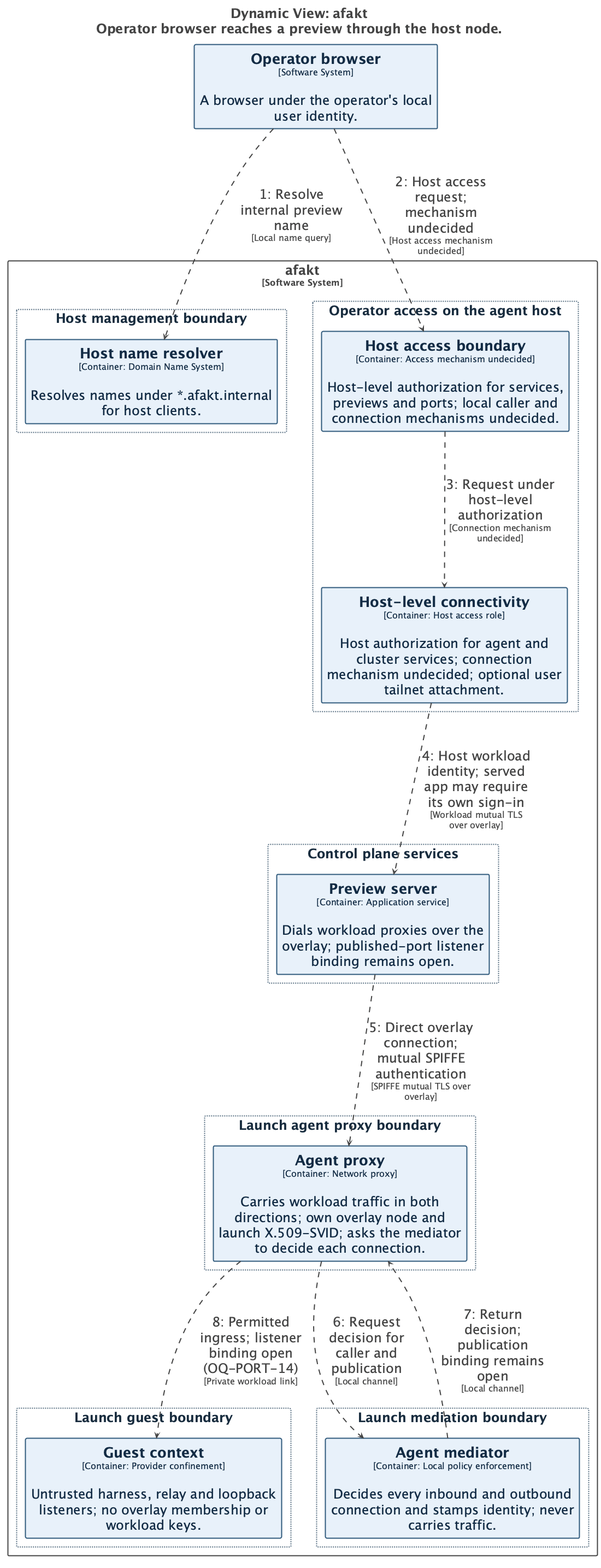
Above: docs/diagrams/structurizr-network-flow-preview.png in tbhb-dev/afakt (PlantUML), before the change. Its source is kept beside it as docs/diagrams/structurizr-network-flow-preview.puml.
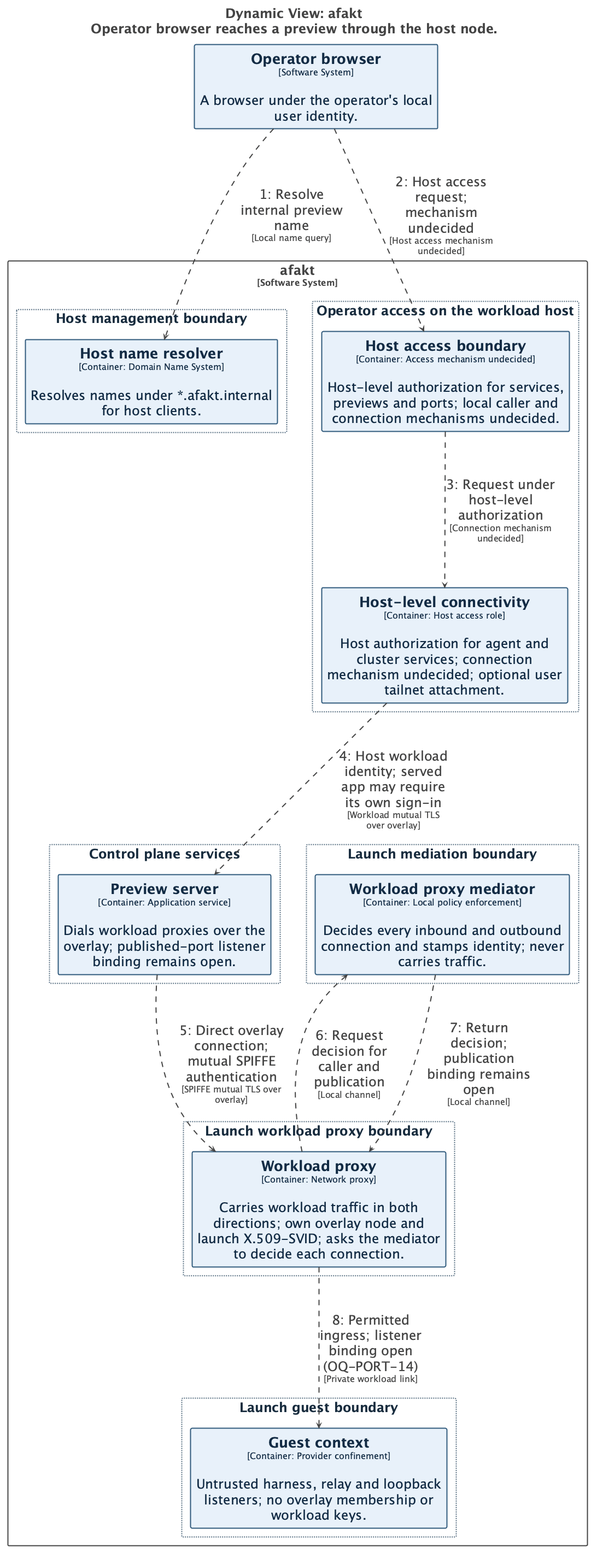
Above is the later version.

What changed in the source:
```diff
@@ -71,17 +71,6 @@
     HorizontalAlignment: center;
     Shadowing: 0;
   }
-  // Launch agent proxy boundary
-  .Group-TGF1bmNoIGFnZW50IHByb3h5IGJvdW5kYXJ5 {
-    BackgroundColor: #ffffff;
-    LineColor: #536b7e;
-    LineStyle: 2-2;
-    LineThickness: 2;
-    FontColor: #182c3e;
-    FontSize: 24;
-    HorizontalAlignment: center;
-    Shadowing: 0;
-  }
   // Launch guest boundary
   .Group-TGF1bmNoIGd1ZXN0IGJvdW5kYXJ5 {
     BackgroundColor: #ffffff;
@@ -104,8 +93,19 @@
     HorizontalAlignment: center;
     Shadowing: 0;
   }
-  // Operator access on the agent host
-  .Group-T3BlcmF0b3IgYWNjZXNzIG9uIHRoZSBhZ2VudCBob3N0 {
+  // Launch workload proxy boundary
+  .Group-TGF1bmNoIHdvcmtsb2FkIHByb3h5IGJvdW5kYXJ5 {
+    BackgroundColor: #ffffff;
+    LineColor: #536b7e;
+    LineStyle: 2-2;
+    LineThickness: 2;
+    FontColor: #182c3e;
+    FontSize: 24;
+    HorizontalAlignment: center;
+    Shadowing: 0;
+  }
+  // Operator access on the workload host
+  .Group-T3BlcmF0b3IgYWNjZXNzIG9uIHRoZSB3b3JrbG9hZCBob3N0 {
     BackgroundColor: #ffffff;
     LineColor: #536b7e;
     LineStyle: 2-2;
@@ -126,19 +126,19 @@
     rectangle "==Host name resolver\n<size:16>[Container: Domain Name System]</size>\n\nResolves names under *.afakt.internal for host clients." <<Element-RWxlbWVudCxUb3BvbG9neQ==>> as afakt.Hostnameresolver
   }
 
-  rectangle "Launch agent proxy boundary" <<Group-TGF1bmNoIGFnZW50IHByb3h5IGJvdW5kYXJ5>> as group12 {
-    rectangle "==Agent proxy\n<size:16>[Container: Network proxy]</size>\n\nCarries workload traffic in both directions; own overlay node and launch X.509-SVID; asks the mediator to decide each connection." <<Element-RWxlbWVudCxUb3BvbG9neQ==>> as afakt.Agentproxy
-  }
-
-  rectangle "Launch guest boundary" <<Group-TGF1bmNoIGd1ZXN0IGJvdW5kYXJ5>> as group13 {
+  rectangle "Launch guest boundary" <<Group-TGF1bmNoIGd1ZXN0IGJvdW5kYXJ5>> as group12 {
     rectangle "==Guest context\n<size:16>[Container: Provider confinement]</size>\n\nUntrusted harness, relay and loopback listeners; no overlay membership or workload keys." <<Element-RWxlbWVudCxUb3BvbG9neQ==>> as afakt.Guestcontext
   }
 
-  rectangle "Launch mediation boundary" <<Group-TGF1bmNoIG1lZGlhdGlvbiBib3VuZGFyeQ==>> as group14 {
-    rectangle "==Agent mediator\n<size:16>[Container: Local policy enforcement]</size>\n\nDecides every inbound and outbound connection and stamps identity; never carries traffic." <<Element-RWxlbWVudCxUb3BvbG9neQ==>> as afakt.Agentmediator
+  rectangle "Launch mediation boundary" <<Group-TGF1bmNoIG1lZGlhdGlvbiBib3VuZGFyeQ==>> as group13 {
+    rectangle "==Workload proxy mediator\n<size:16>[Container: Local policy enforcement]</size>\n\nDecides every inbound and outbound connection and stamps identity; never carries traffic." <<Element-RWxlbWVudCxUb3BvbG9neQ==>> as afakt.Workloadproxymediator
   }
 
-  rectangle "Operator access on the agent host" <<Group-T3BlcmF0b3IgYWNjZXNzIG9uIHRoZSBhZ2VudCBob3N0>> as group15 {
+  rectangle "Launch workload proxy boundary" <<Group-TGF1bmNoIHdvcmtsb2FkIHByb3h5IGJvdW5kYXJ5>> as group14 {
+    rectangle "==Workload proxy\n<size:16>[Container: Network proxy]</size>\n\nCarries workload traffic in both directions; own overlay node and launch X.509-SVID; asks the mediator to decide each connection." <<Element-RWxlbWVudCxUb3BvbG9neQ==>> as afakt.Workloadproxy
+  }
+
+  rectangle "Operator access on the workload host" <<Group-T3BlcmF0b3IgYWNjZXNzIG9uIHRoZSB3b3JrbG9hZCBob3N0>> as group15 {
     rectangle "==Host access boundary\n<size:16>[Container: Access mechanism undecided]</size>\n\nHost-level authorization for services, previews and ports; local caller and connection mechanisms undecided." <<Element-RWxlbWVudCxUb3BvbG9neQ==>> as afakt.Hostaccessboundary
     rectangle "==Host-level connectivity\n<size:16>[Container: Host access role]</size>\n\nHost authorization for agent and cluster services; connection mechanism undecided; optional user tailnet attachment." <<Element-RWxlbWVudCxUb3BvbG9neQ==>> as afakt.Hostlevelconnectivity
   }
@@ -151,9 +151,9 @@
 Operatorbrowser --> afakt.Hostaccessboundary <<Relationship-UmVsYXRpb25zaGlw>> : "2: Host access request; mechanism undecided\n<size:16>[Host access mechanism undecided]</size>"
 afakt.Hostaccessboundary --> afakt.Hostlevelconnectivity <<Relationship-UmVsYXRpb25zaGlw>> : "3: Request under host-level authorization\n<size:16>[Connection mechanism undecided]</size>"
 afakt.Hostlevelconnectivity --> afakt.Previewserver <<Relationship-UmVsYXRpb25zaGlw>> : "4: Host workload identity; served app may require its own sign-in\n<size:16>[Workload mutual TLS over overlay]</size>"
-afakt.Previewserver --> afakt.Agentproxy <<Relationship-UmVsYXRpb25zaGlw>> : "5: Direct overlay connection; mutual SPIFFE authentication\n<size:16>[SPIFFE mutual TLS over overlay]</size>"
-afakt.Agentproxy --> afakt.Agentmediator <<Relationship-UmVsYXRpb25zaGlw>> : "6: Request decision for caller and publication\n<size:16>[Local channel]</size>"
-afakt.Agentmediator --> afakt.Agentproxy <<Relationship-UmVsYXRpb25zaGlw>> : "7: Return decision; publication binding remains open\n<size:16>[Local channel]</size>"
-afakt.Agentproxy --> afakt.Guestcontext <<Relationship-UmVsYXRpb25zaGlw>> : "8: Permitted ingress; listener binding open (OQ-PORT-14)\n<size:16>[Private workload link]</size>"
+afakt.Previewserver --> afakt.Workloadproxy <<Relationship-UmVsYXRpb25zaGlw>> : "5: Direct overlay connection; mutual SPIFFE authentication\n<size:16>[SPIFFE mutual TLS over overlay]</size>"
+afakt.Workloadproxy --> afakt.Workloadproxymediator <<Relationship-UmVsYXRpb25zaGlw>> : "6: Request decision for caller and publication\n<size:16>[Local channel]</size>"
+afakt.Workloadproxymediator --> afakt.Workloadproxy <<Relationship-UmVsYXRpb25zaGlw>> : "7: Return decision; publication binding remains open\n<size:16>[Local channel]</size>"
+afakt.Workloadproxy --> afakt.Guestcontext <<Relationship-UmVsYXRpb25zaGlw>> : "8: Permitted ingress; listener binding open (OQ-PORT-14)\n<size:16>[Private workload link]</size>"
 
 @enduml
```
